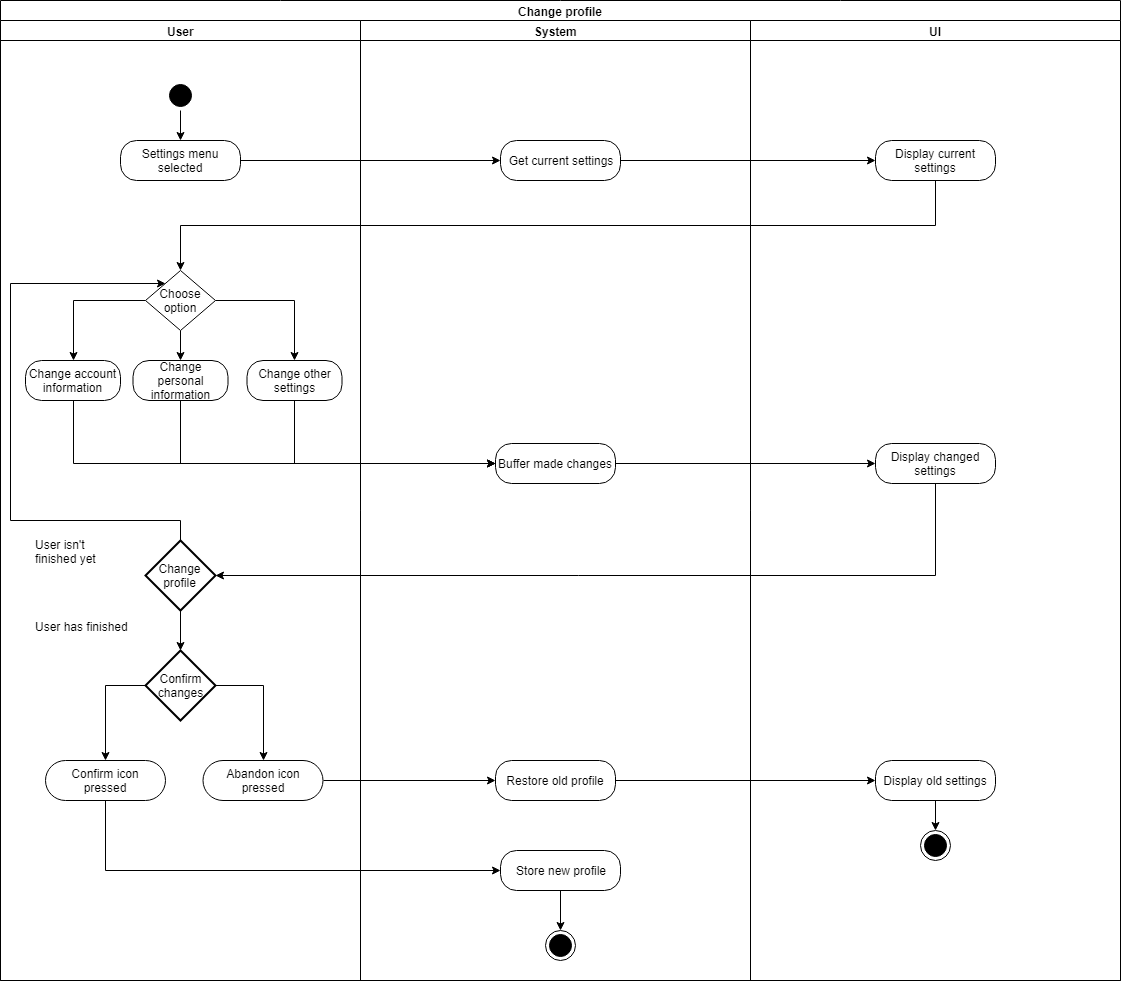
This is docs/specifications/ucs/user_management/change_profile/activity_diagrams/change_profile.png from raphaelmue/dashup, a draw.io export, as it was before one commit. Source tidied: cells renumbered, new cells last; positions are measured from the earlier drawing's top-left corner, leaving out a move shared by most shapes.
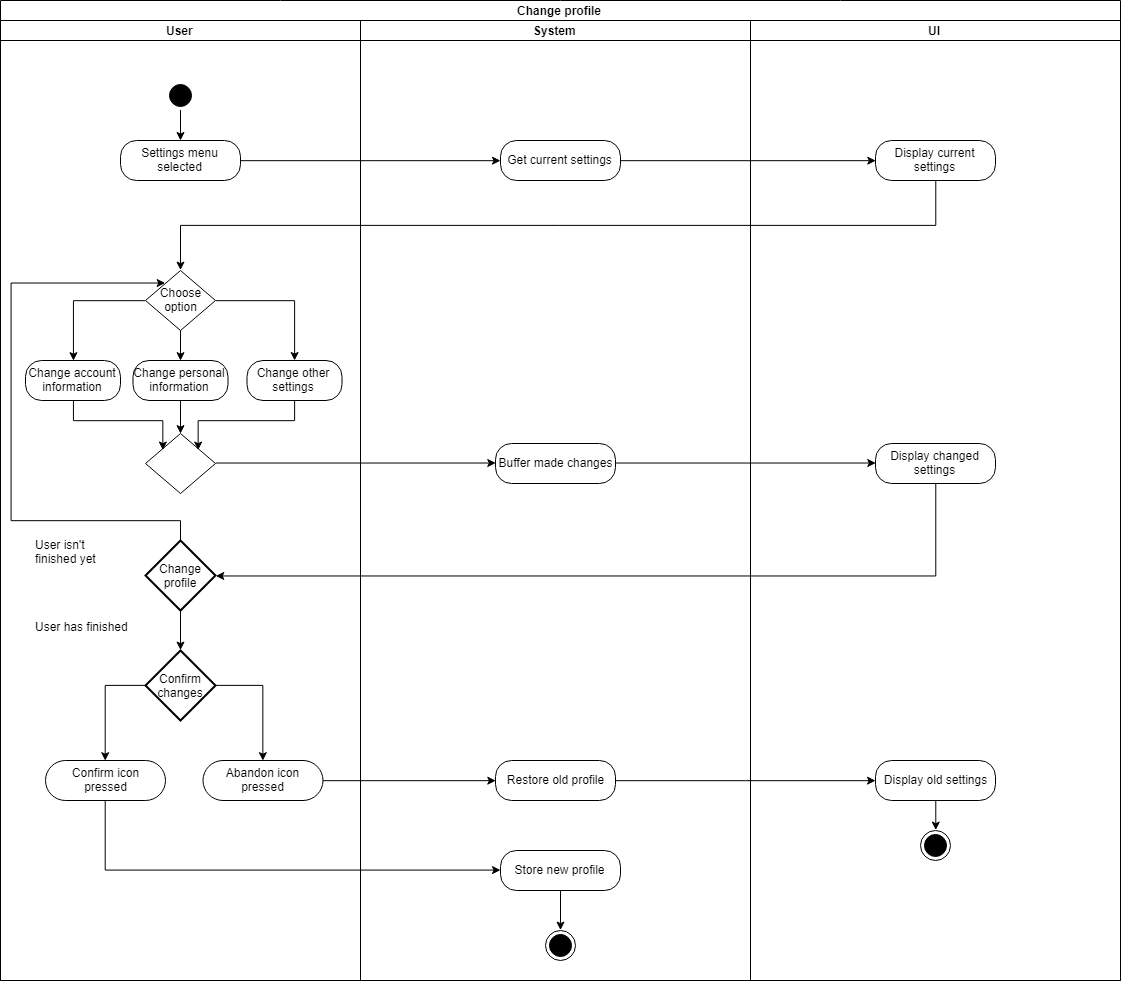
Later version of the same file.

Change to the diagram source:
```diff
@@ -104,15 +104,6 @@
     <mxCell id="35" value="Buffer made changes" style="rounded=1;whiteSpace=wrap;html=1;arcSize=40;fillColor=#FFFFFF;strokeColor=#000000;" parent="1" vertex="1">
       <mxGeometry x="495" y="443" width="120" height="40" as="geometry" />
     </mxCell>
-    <mxCell id="36" style="edgeStyle=orthogonalEdgeStyle;rounded=0;jettySize=auto;html=1;exitX=0.5;exitY=1;exitDx=0;exitDy=0;entryX=0;entryY=0.5;entryDx=0;entryDy=0;strokeColor=#000000;" parent="1" edge="1" source="7" target="35">
-      <mxGeometry relative="1" as="geometry" />
-    </mxCell>
-    <mxCell id="37" style="edgeStyle=orthogonalEdgeStyle;rounded=0;jettySize=auto;html=1;exitX=0.5;exitY=1;exitDx=0;exitDy=0;entryX=0;entryY=0.5;entryDx=0;entryDy=0;strokeColor=#000000;" parent="1" edge="1" source="8" target="35">
-      <mxGeometry relative="1" as="geometry" />
-    </mxCell>
-    <mxCell id="38" style="edgeStyle=orthogonalEdgeStyle;rounded=0;jettySize=auto;html=1;exitX=0.5;exitY=1;exitDx=0;exitDy=0;entryX=0;entryY=0.5;entryDx=0;entryDy=0;strokeColor=#000000;" parent="1" edge="1" source="9" target="35">
-      <mxGeometry relative="1" as="geometry" />
-    </mxCell>
     <mxCell id="39" style="edgeStyle=orthogonalEdgeStyle;rounded=0;jettySize=auto;html=1;exitX=0.5;exitY=0;exitDx=0;exitDy=0;exitPerimeter=0;strokeColor=#000000;entryX=0.288;entryY=0.211;entryDx=0;entryDy=0;entryPerimeter=0;" parent="1" edge="1" source="41" target="32">
       <mxGeometry relative="1" as="geometry">
         <Array as="points">
@@ -146,5 +137,30 @@
     <mxCell id="47" value="User has finished" style="text;html=1;align=left;verticalAlign=top;spacingTop=-4;" parent="1" vertex="1">
       <mxGeometry x="32.5" y="617" width="110" height="20" as="geometry" />
     </mxCell>
+    <mxCell id="48" style="edgeStyle=orthogonalEdgeStyle;rounded=0;jettySize=auto;html=1;exitX=1;exitY=0.5;exitDx=0;exitDy=0;exitPerimeter=0;entryX=0;entryY=0.5;entryDx=0;entryDy=0;" parent="1" edge="1" source="49" target="35">
+      <mxGeometry relative="1" as="geometry" />
+    </mxCell>
+    <mxCell id="49" style="strokeWidth=1;html=1;shape=mxgraph.flowchart.decision;whiteSpace=wrap;fillColor=#FFFFFF;strokeColor=#000000;" parent="1" vertex="1">
+      <mxGeometry x="145" y="433" width="70" height="60" as="geometry" />
+    </mxCell>
+    <mxCell id="50" style="edgeStyle=orthogonalEdgeStyle;rounded=0;jettySize=auto;html=1;exitX=0.5;exitY=1;exitDx=0;exitDy=0;entryX=0.5;entryY=0;entryDx=0;entryDy=0;entryPerimeter=0;" parent="1" edge="1" source="8" target="49">
+      <mxGeometry relative="1" as="geometry" />
+    </mxCell>
+    <mxCell id="51" style="edgeStyle=orthogonalEdgeStyle;rounded=0;jettySize=auto;html=1;exitX=0.5;exitY=1;exitDx=0;exitDy=0;entryX=0.757;entryY=0.267;entryDx=0;entryDy=0;entryPerimeter=0;" parent="1" edge="1" source="9" target="49">
+      <mxGeometry relative="1" as="geometry">
+        <Array as="points">
+          <mxPoint x="294" y="420" />
+          <mxPoint x="198" y="420" />
+        </Array>
+      </mxGeometry>
+    </mxCell>
+    <mxCell id="52" style="edgeStyle=orthogonalEdgeStyle;rounded=0;jettySize=auto;html=1;exitX=0.5;exitY=1;exitDx=0;exitDy=0;entryX=0.243;entryY=0.283;entryDx=0;entryDy=0;entryPerimeter=0;" parent="1" edge="1" source="7" target="49">
+      <mxGeometry relative="1" as="geometry">
+        <Array as="points">
+          <mxPoint x="73" y="420" />
+          <mxPoint x="162" y="420" />
+        </Array>
+      </mxGeometry>
+    </mxCell>
   </root>
 </mxGraphModel>
```
